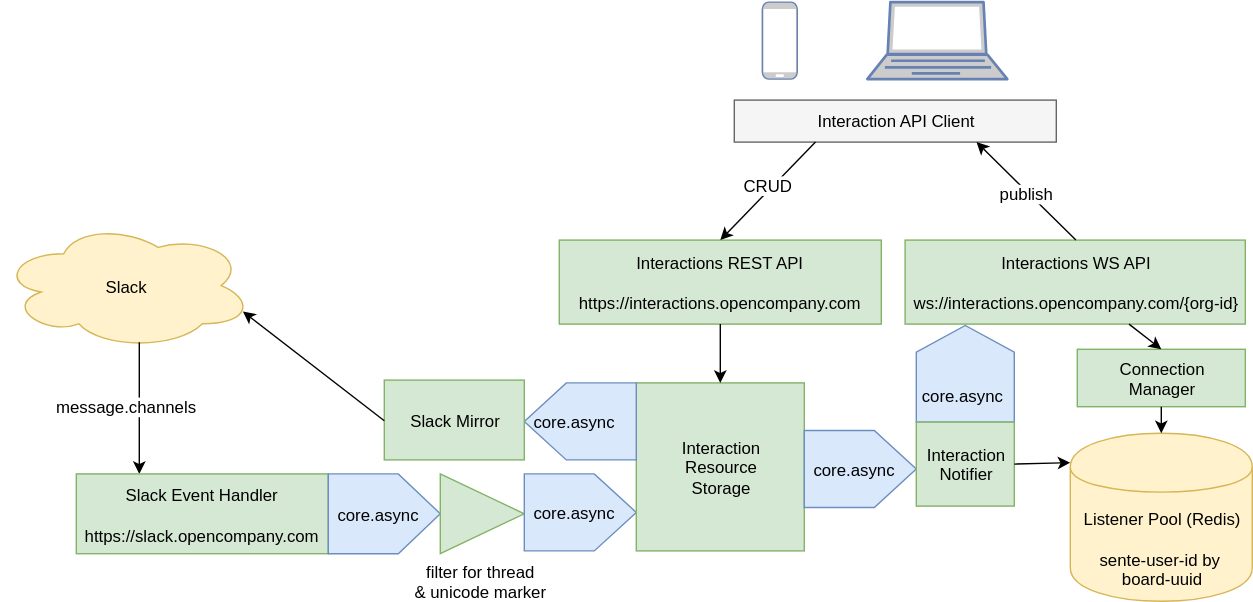
Before: docs/Interaction-Service.svg, a diagram exported from draw.io (open-company/open-company-interaction). Source tidied: cells renumbered, new cells last; positions are measured from the earlier drawing's top-left corner, leaving out a move shared by most shapes.
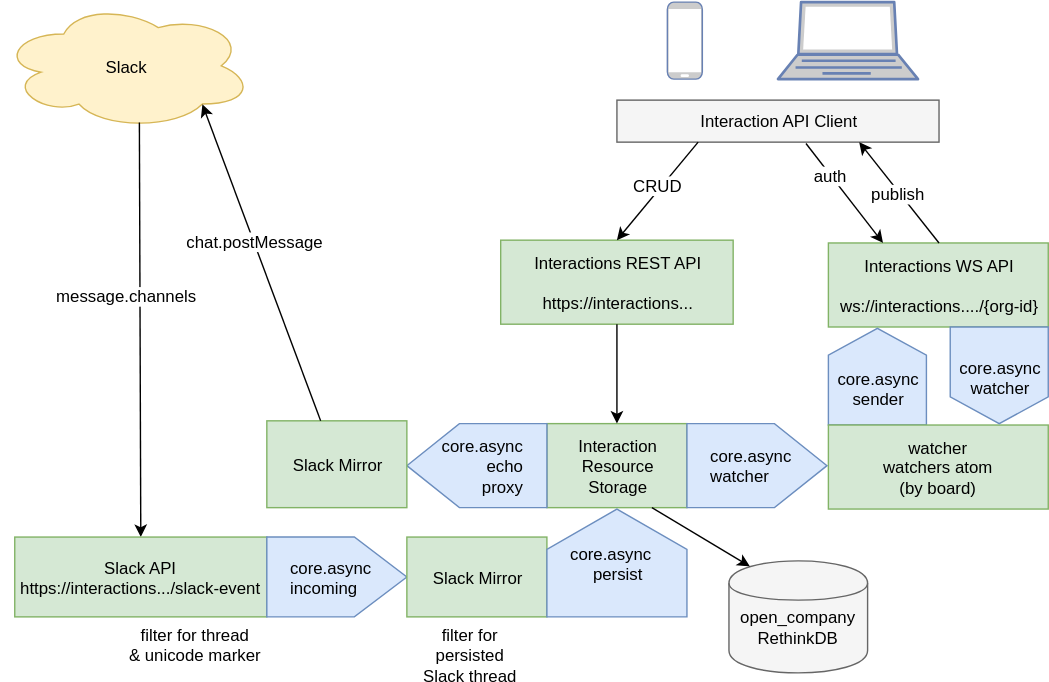
After the change.

Diff of the diagram source:
```diff
@@ -2,16 +2,16 @@
   <root>
     <mxCell id="0" />
     <mxCell id="1" parent="0" />
-    <mxCell id="2" value="Interactions REST API&lt;div&gt;&lt;br&gt;&lt;/div&gt;&lt;div&gt;https://interactions.opencompany.com&lt;/div&gt;" style="whiteSpace=wrap;html=1;fontSize=12;fontColor=#000000;fillColor=#d5e8d4;strokeColor=#82b366;" parent="1" vertex="1">
-      <mxGeometry x="399" y="170" width="230" height="60" as="geometry" />
+    <mxCell id="2" value="Interactions REST API&lt;div&gt;&lt;br&gt;&lt;/div&gt;&lt;div&gt;https://interactions...&lt;/div&gt;" style="whiteSpace=wrap;html=1;fontSize=12;fontColor=#000000;fillColor=#d5e8d4;strokeColor=#82b366;" parent="1" vertex="1">
+      <mxGeometry x="401" y="140" width="166" height="60" as="geometry" />
     </mxCell>
-    <mxCell id="3" value="Interactions WS API&lt;div&gt;&lt;br&gt;&lt;/div&gt;&lt;div&gt;ws://interactions.opencompany.com/{org-id}&lt;/div&gt;" style="whiteSpace=wrap;html=1;fontSize=12;fontColor=#000000;fillColor=#d5e8d4;strokeColor=#82b366;" parent="1" vertex="1">
-      <mxGeometry x="646" y="170" width="243" height="60" as="geometry" />
+    <mxCell id="3" value="Interactions WS API&lt;div&gt;&lt;br&gt;&lt;/div&gt;&lt;div&gt;ws://interactions..../{org-id}&lt;/div&gt;" style="whiteSpace=wrap;html=1;fontSize=12;fontColor=#000000;fillColor=#d5e8d4;strokeColor=#82b366;" parent="1" vertex="1">
+      <mxGeometry x="635" y="142" width="157" height="60" as="geometry" />
     </mxCell>
     <mxCell id="4" value="Slack" style="ellipse;shape=cloud;whiteSpace=wrap;html=1;fontSize=12;fontColor=#000000;fillColor=#fff2cc;strokeColor=#d6b656;" parent="1" vertex="1">
-      <mxGeometry y="157" width="180" height="91" as="geometry" />
+      <mxGeometry x="44" y="-30" width="180" height="91" as="geometry" />
     </mxCell>
-    <mxCell id="5" style="endArrow=classic;html=1;strokeColor=#000000;fontSize=12;fontColor=#000000;entryX=0.25;entryY=0;exitX=0.55;exitY=0.95;exitPerimeter=0;" parent="1" edge="1" source="4" target="15">
+    <mxCell id="5" style="endArrow=classic;html=1;strokeColor=#000000;fontSize=12;fontColor=#000000;entryX=0.5;entryY=0;exitX=0.55;exitY=0.95;exitPerimeter=0;" parent="1" edge="1" source="4" target="15">
       <mxGeometry relative="1" as="geometry" />
     </mxCell>
     <mxCell id="6" value="message.channels" style="text;html=1;align=center;verticalAlign=middle;labelBackgroundColor=#ffffff;fontSize=12;fontColor=#000000;" parent="5" vertex="1">
@@ -20,13 +20,13 @@
       </mxGeometry>
     </mxCell>
     <mxCell id="7" style="fontColor=#0066CC;verticalAlign=top;verticalLabelPosition=bottom;labelPosition=center;align=center;html=1;fillColor=#CCCCCC;strokeColor=#6881B3;gradientColor=none;gradientDirection=north;strokeWidth=2;shape=mxgraph.networks.mobile;" parent="1" vertex="1">
-      <mxGeometry x="544" width="25" height="55" as="geometry" />
+      <mxGeometry x="520" y="-30" width="25" height="55" as="geometry" />
     </mxCell>
     <mxCell id="8" style="fontColor=#0066CC;verticalAlign=top;verticalLabelPosition=bottom;labelPosition=center;align=center;html=1;fillColor=#CCCCCC;strokeColor=#6881B3;gradientColor=none;gradientDirection=north;strokeWidth=2;shape=mxgraph.networks.laptop;" parent="1" vertex="1">
-      <mxGeometry x="619" width="100" height="55" as="geometry" />
+      <mxGeometry x="599" y="-30" width="100" height="55" as="geometry" />
     </mxCell>
     <mxCell id="9" value="Interaction API Client" style="whiteSpace=wrap;html=1;fontSize=12;fontColor=#000000;fillColor=#f5f5f5;strokeColor=#666666;" parent="1" vertex="1">
-      <mxGeometry x="524" y="70" width="230" height="30" as="geometry" />
+      <mxGeometry x="484" y="40" width="230" height="30" as="geometry" />
     </mxCell>
     <mxCell id="10" style="endArrow=classic;html=1;strokeColor=#000000;fontSize=12;fontColor=#000000;exitX=0.5;exitY=0;entryX=0.75;entryY=1;" parent="1" edge="1" source="3" target="9">
       <mxGeometry relative="1" as="geometry" />
@@ -40,59 +40,67 @@
     <mxCell id="13" value="CRUD" style="text;html=1;align=center;verticalAlign=middle;labelBackgroundColor=#ffffff;fontSize=12;fontColor=#000000;" parent="12" vertex="1">
       <mxGeometry x="-0.08" y="-3" relative="1" as="geometry" />
     </mxCell>
-    <mxCell id="14" value="&lt;div&gt;&lt;br&gt;&lt;/div&gt;&lt;div&gt;&lt;br&gt;&lt;/div&gt;&lt;div&gt;&lt;br&gt;&lt;/div&gt;Listener Pool (Redis)&lt;div&gt;&lt;br&gt;&lt;/div&gt;&lt;div&gt;sente-user-id by&amp;nbsp;&lt;/div&gt;&lt;div&gt;board-uuid&lt;/div&gt;" style="shape=cylinder;whiteSpace=wrap;html=1;fontSize=12;fontColor=#000000;fillColor=#fff2cc;strokeColor=#d6b656;" parent="1" vertex="1">
-      <mxGeometry x="764" y="308" width="130" height="120" as="geometry" />
-    </mxCell>
-    <mxCell id="15" value="Slack Event Handler&lt;div&gt;&lt;br&gt;&lt;/div&gt;&lt;div&gt;https://slack.opencompany.com&lt;/div&gt;" style="whiteSpace=wrap;html=1;fontSize=12;fontColor=#000000;fillColor=#d5e8d4;strokeColor=#82b366;" parent="1" vertex="1">
-      <mxGeometry x="54" y="337" width="180" height="57" as="geometry" />
+    <mxCell id="15" value="Slack API&lt;div&gt;https://interactions.../slack-event&lt;/div&gt;" style="whiteSpace=wrap;html=1;fontSize=12;fontColor=#000000;fillColor=#d5e8d4;strokeColor=#82b366;" parent="1" vertex="1">
+      <mxGeometry x="54" y="352" width="180" height="57" as="geometry" />
     </mxCell>
-    <mxCell id="16" value="core.async &amp;nbsp;&amp;nbsp;" style="shape=offPageConnector;whiteSpace=wrap;html=1;fontSize=12;fontColor=#000000;direction=north;fillColor=#dae8fc;strokeColor=#6c8ebf;" parent="1" vertex="1">
-      <mxGeometry x="234" y="337" width="80" height="57" as="geometry" />
+    <mxCell id="16" value="&lt;div style=&quot;text-align: left&quot;&gt;&lt;span&gt;core.async &amp;nbsp;&amp;nbsp;&lt;/span&gt;&lt;/div&gt;&lt;div style=&quot;text-align: left&quot;&gt;incoming&lt;/div&gt;" style="shape=offPageConnector;whiteSpace=wrap;html=1;fontSize=12;fontColor=#000000;direction=north;fillColor=#dae8fc;strokeColor=#6c8ebf;" parent="1" vertex="1">
+      <mxGeometry x="234" y="352" width="100" height="57" as="geometry" />
     </mxCell>
-    <mxCell id="17" style="triangle;whiteSpace=wrap;html=1;fontSize=12;fontColor=#000000;fillColor=#d5e8d4;strokeColor=#82b366;" parent="1" vertex="1">
-      <mxGeometry x="314" y="337" width="60" height="57" as="geometry" />
-    </mxCell>
     <mxCell id="18" value="&lt;div style=&quot;text-align: center&quot;&gt;&lt;span&gt;filter for thread&lt;/span&gt;&lt;/div&gt;&lt;div style=&quot;text-align: center&quot;&gt;&amp;amp; unicode marker&lt;/div&gt;" style="text;html=1;fontSize=12;fontColor=#000000;" parent="1" vertex="1">
-      <mxGeometry x="294" y="394" width="100" height="30" as="geometry" />
+      <mxGeometry x="134" y="409" width="100" height="30" as="geometry" />
     </mxCell>
-    <mxCell id="19" value="core.async &amp;nbsp;&amp;nbsp;" style="shape=offPageConnector;whiteSpace=wrap;html=1;fontSize=12;fontColor=#000000;direction=north;fillColor=#dae8fc;strokeColor=#6c8ebf;" parent="1" vertex="1">
-      <mxGeometry x="374" y="337" width="80" height="55" as="geometry" />
-    </mxCell>
     <mxCell id="20" value="Interaction&lt;div&gt;Resource&lt;br&gt;&lt;div&gt;Storage&lt;/div&gt;&lt;/div&gt;" style="whiteSpace=wrap;html=1;fontSize=12;fontColor=#000000;fillColor=#d5e8d4;strokeColor=#82b366;" parent="1" vertex="1">
-      <mxGeometry x="454" y="272" width="120" height="120" as="geometry" />
+      <mxGeometry x="434" y="271" width="100" height="60" as="geometry" />
     </mxCell>
     <mxCell id="21" style="endArrow=classic;html=1;strokeColor=#000000;fontSize=12;fontColor=#000000;exitX=0.5;exitY=1;entryX=0.5;entryY=0;" parent="1" edge="1" source="2" target="20">
       <mxGeometry relative="1" as="geometry" />
     </mxCell>
-    <mxCell id="22" value="core.async &amp;nbsp;&amp;nbsp;" style="shape=offPageConnector;whiteSpace=wrap;html=1;fontSize=12;fontColor=#000000;direction=south;fillColor=#dae8fc;strokeColor=#6c8ebf;" parent="1" vertex="1">
-      <mxGeometry x="374" y="272" width="80" height="55" as="geometry" />
+    <mxCell id="22" value="&lt;div style=&quot;text-align: right&quot;&gt;&lt;span&gt;&amp;nbsp; core.async&lt;/span&gt;&lt;/div&gt;&lt;div style=&quot;text-align: right&quot;&gt;echo&lt;/div&gt;&lt;div style=&quot;text-align: right&quot;&gt;proxy&lt;/div&gt;" style="shape=offPageConnector;whiteSpace=wrap;html=1;fontSize=12;fontColor=#000000;direction=south;fillColor=#dae8fc;strokeColor=#6c8ebf;" parent="1" vertex="1">
+      <mxGeometry x="334" y="271" width="100" height="60" as="geometry" />
     </mxCell>
     <mxCell id="23" value="Slack Mirror" style="whiteSpace=wrap;html=1;fontSize=12;fontColor=#000000;fillColor=#d5e8d4;strokeColor=#82b366;" parent="1" vertex="1">
-      <mxGeometry x="274" y="270" width="100" height="57" as="geometry" />
+      <mxGeometry x="234" y="269" width="100" height="62" as="geometry" />
     </mxCell>
-    <mxCell id="24" style="endArrow=classic;html=1;strokeColor=#000000;fontSize=12;fontColor=#000000;exitX=0;exitY=0.5;entryX=0.96;entryY=0.7;entryPerimeter=0;" parent="1" edge="1" source="23" target="4">
+    <mxCell id="24" style="endArrow=classic;html=1;strokeColor=#000000;fontSize=12;fontColor=#000000;entryX=0.8;entryY=0.8;entryPerimeter=0;" parent="1" edge="1" source="23" target="4">
       <mxGeometry relative="1" as="geometry" />
     </mxCell>
-    <mxCell id="25" value="core.async &amp;nbsp;&amp;nbsp;" style="shape=offPageConnector;whiteSpace=wrap;html=1;fontSize=12;fontColor=#000000;direction=north;fillColor=#dae8fc;strokeColor=#6c8ebf;" parent="1" vertex="1">
-      <mxGeometry x="574" y="306" width="80" height="55" as="geometry" />
-    </mxCell>
-    <mxCell id="26" value="Connection&lt;div&gt;Manager&lt;/div&gt;" style="whiteSpace=wrap;html=1;fontSize=12;fontColor=#000000;fillColor=#d5e8d4;strokeColor=#82b366;" parent="1" vertex="1">
-      <mxGeometry x="769" y="248" width="120" height="41" as="geometry" />
-    </mxCell>
-    <mxCell id="27" style="endArrow=classic;html=1;strokeColor=#000000;fontSize=12;fontColor=#000000;entryX=0.5;entryY=0;" parent="1" edge="1" source="26" target="14">
-      <mxGeometry relative="1" as="geometry" />
-    </mxCell>
+    <mxCell id="32" value="chat.postMessage" style="text;html=1;align=center;verticalAlign=middle;labelBackgroundColor=#ffffff;fontSize=12;fontColor=#000000;" parent="24" vertex="1">
+      <mxGeometry x="0.42" y="-1" relative="1" as="geometry">
+        <mxPoint x="11" y="32" as="offset" />
+      </mxGeometry>
+    </mxCell>
-    <mxCell id="28" value="&lt;div&gt;&lt;br&gt;&lt;/div&gt;&lt;div&gt;&lt;br&gt;&lt;/div&gt;core.async&amp;nbsp;" style="shape=offPageConnector;whiteSpace=wrap;html=1;fontSize=12;fontColor=#000000;direction=west;size=0.27656250000000093;fillColor=#dae8fc;strokeColor=#6c8ebf;" parent="1" vertex="1">
-      <mxGeometry x="654" y="231" width="70" height="69" as="geometry" />
+    <mxCell id="28" value="&lt;div&gt;&lt;br&gt;&lt;/div&gt;&lt;div&gt;&lt;br&gt;&lt;/div&gt;core.async&lt;div&gt;sender&lt;/div&gt;&lt;div&gt;&lt;br&gt;&lt;/div&gt;" style="shape=offPageConnector;whiteSpace=wrap;html=1;fontSize=12;fontColor=#000000;direction=west;size=0.27656250000000093;fillColor=#dae8fc;strokeColor=#6c8ebf;" parent="1" vertex="1">
+      <mxGeometry x="635" y="203" width="70" height="69" as="geometry" />
     </mxCell>
-    <mxCell id="29" style="endArrow=classic;html=1;strokeColor=#000000;fontSize=12;fontColor=#000000;entryX=0.5;entryY=0;" parent="1" edge="1" source="3" target="26">
-      <mxGeometry relative="1" as="geometry" />
-    </mxCell>
-    <mxCell id="30" value="Interaction&lt;div&gt;Notifier&lt;/div&gt;" style="whiteSpace=wrap;html=1;fontSize=12;fontColor=#000000;fillColor=#d5e8d4;strokeColor=#82b366;" parent="1" vertex="1">
-      <mxGeometry x="654" y="300" width="70" height="60" as="geometry" />
+    <mxCell id="30" value="watcher&lt;div&gt;watchers atom&lt;/div&gt;&lt;div&gt;(by board)&lt;/div&gt;" style="whiteSpace=wrap;html=1;fontSize=12;fontColor=#000000;fillColor=#d5e8d4;strokeColor=#82b366;" parent="1" vertex="1">
+      <mxGeometry x="635" y="272" width="157" height="60" as="geometry" />
     </mxCell>
-    <mxCell id="31" style="endArrow=classic;html=1;strokeColor=#000000;fontSize=12;fontColor=#000000;entryX=0.003;entryY=0.175;exitX=1;exitY=0.5;entryPerimeter=0;" parent="1" edge="1" source="30" target="14">
-      <mxGeometry relative="1" as="geometry" />
-    </mxCell>
+    <mxCell id="33" value="Slack Mirror" style="whiteSpace=wrap;html=1;fontSize=12;fontColor=#000000;fillColor=#d5e8d4;strokeColor=#82b366;" parent="1" vertex="1">
+      <mxGeometry x="334" y="352" width="100" height="57" as="geometry" />
+    </mxCell>
+    <mxCell id="34" value="&lt;div style=&quot;text-align: center&quot;&gt;&lt;span&gt;core.async &amp;nbsp;&amp;nbsp;&lt;/span&gt;&lt;/div&gt;&lt;div style=&quot;text-align: center&quot;&gt;persist&lt;/div&gt;" style="shape=offPageConnector;whiteSpace=wrap;html=1;fontSize=12;fontColor=#000000;direction=west;fillColor=#dae8fc;strokeColor=#6c8ebf;" parent="1" vertex="1">
+      <mxGeometry x="434" y="332" width="100" height="77" as="geometry" />
+    </mxCell>
+    <mxCell id="35" value="&lt;div style=&quot;text-align: center&quot;&gt;&lt;span&gt;filter for&lt;/span&gt;&lt;/div&gt;&lt;div style=&quot;text-align: center&quot;&gt;&lt;span&gt;persisted&lt;/span&gt;&lt;/div&gt;&lt;div style=&quot;text-align: center&quot;&gt;&lt;span&gt;Slack thread&lt;/span&gt;&lt;/div&gt;" style="text;html=1;fontSize=12;fontColor=#000000;" parent="1" vertex="1">
+      <mxGeometry x="344" y="409" width="100" height="30" as="geometry" />
+    </mxCell>
+    <mxCell id="36" value="&lt;div style=&quot;text-align: left&quot;&gt;&lt;span&gt;core.async &amp;nbsp;&amp;nbsp;&lt;/span&gt;&lt;/div&gt;&lt;div style=&quot;text-align: left&quot;&gt;watcher&lt;/div&gt;" style="shape=offPageConnector;whiteSpace=wrap;html=1;fontSize=12;fontColor=#000000;direction=north;fillColor=#dae8fc;strokeColor=#6c8ebf;" parent="1" vertex="1">
+      <mxGeometry x="534" y="271" width="100" height="60" as="geometry" />
+    </mxCell>
+    <mxCell id="37" value="&lt;div&gt;&lt;br&gt;&lt;/div&gt;&lt;div&gt;&lt;br&gt;&lt;/div&gt;core.async&lt;div&gt;watcher&lt;/div&gt;&lt;div&gt;&lt;br&gt;&lt;/div&gt;&lt;div&gt;&lt;br&gt;&lt;/div&gt;" style="shape=offPageConnector;whiteSpace=wrap;html=1;fontSize=12;fontColor=#000000;direction=east;size=0.27656250000000093;fillColor=#dae8fc;strokeColor=#6c8ebf;" parent="1" vertex="1">
+      <mxGeometry x="722" y="202" width="70" height="69" as="geometry" />
+    </mxCell>
+    <mxCell id="38" style="endArrow=classic;html=1;strokeColor=#000000;fontSize=12;fontColor=#000000;entryX=0.25;entryY=0;exitX=0.587;exitY=1.033;exitPerimeter=0;" parent="1" edge="1" source="9" target="3">
+      <mxGeometry relative="1" as="geometry" />
+    </mxCell>
+    <mxCell id="39" value="auth" style="text;html=1;align=center;verticalAlign=middle;labelBackgroundColor=#ffffff;fontSize=12;fontColor=#000000;" parent="38" vertex="1">
+      <mxGeometry x="-0.37" relative="1" as="geometry" />
+    </mxCell>
+    <mxCell id="40" value="&lt;div&gt;&lt;br&gt;&lt;/div&gt;open_company&lt;div&gt;RethinkDB&lt;/div&gt;" style="shape=cylinder;whiteSpace=wrap;html=1;fontSize=12;fontColor=#000000;fillColor=#f5f5f5;strokeColor=#666666;" parent="1" vertex="1">
+      <mxGeometry x="564" y="369" width="99" height="80" as="geometry" />
+    </mxCell>
+    <mxCell id="41" style="endArrow=classic;html=1;strokeColor=#000000;fontSize=12;fontColor=#000000;entryX=0.15;entryY=0.05;exitX=0.75;exitY=1;entryPerimeter=0;" parent="1" edge="1" source="20" target="40">
+      <mxGeometry relative="1" as="geometry" />
+    </mxCell>
   </root>
 </mxGraphModel>
```
